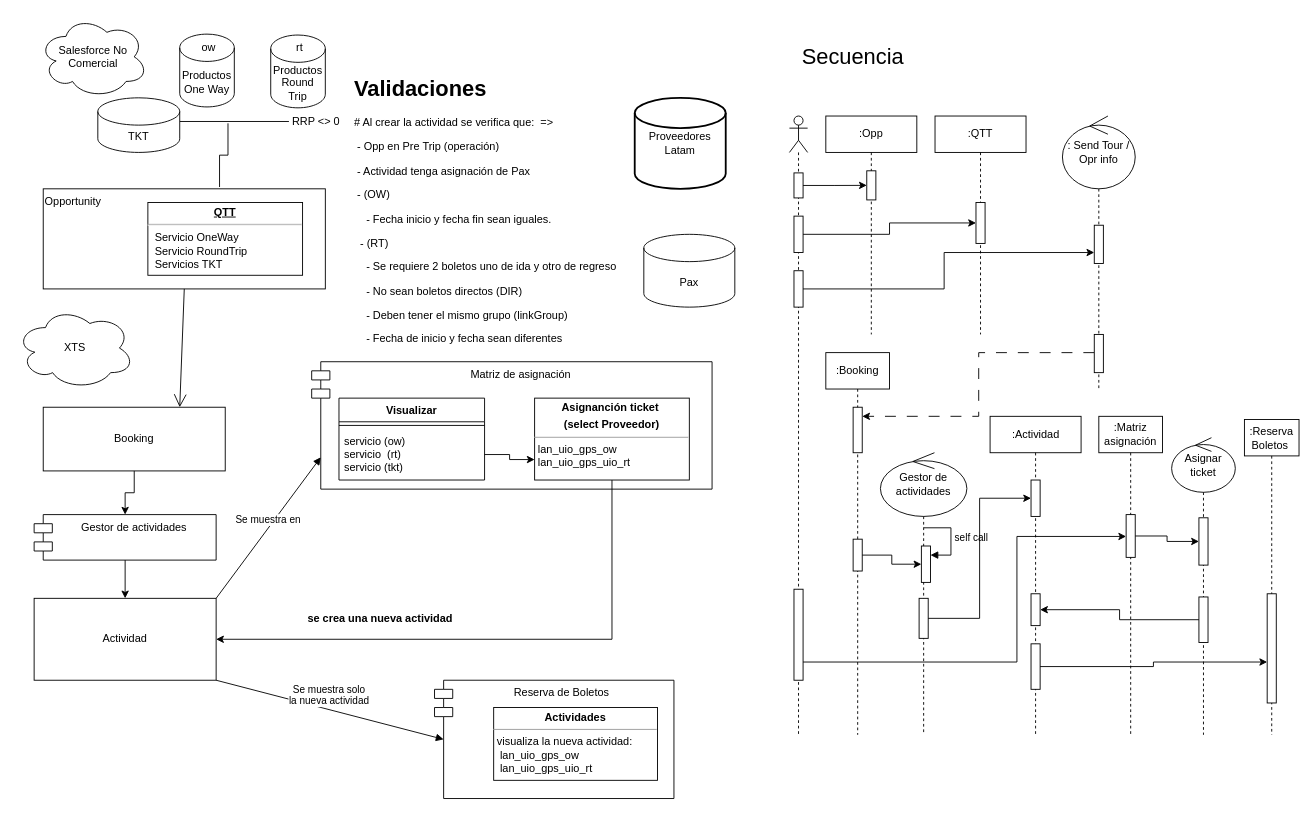
The draw.io diagram OneWay - RoundTrip.drawio in TecladoZurdo/UML, before the edit. Source tidied: cells renumbered, new cells numbered last; positions are measured from the earlier drawing's top-left corner, leaving out a move shared by most shapes. Both pictures are drawn from the tidied source at 91%, with x=0, y=0 at pixel (15, 15).
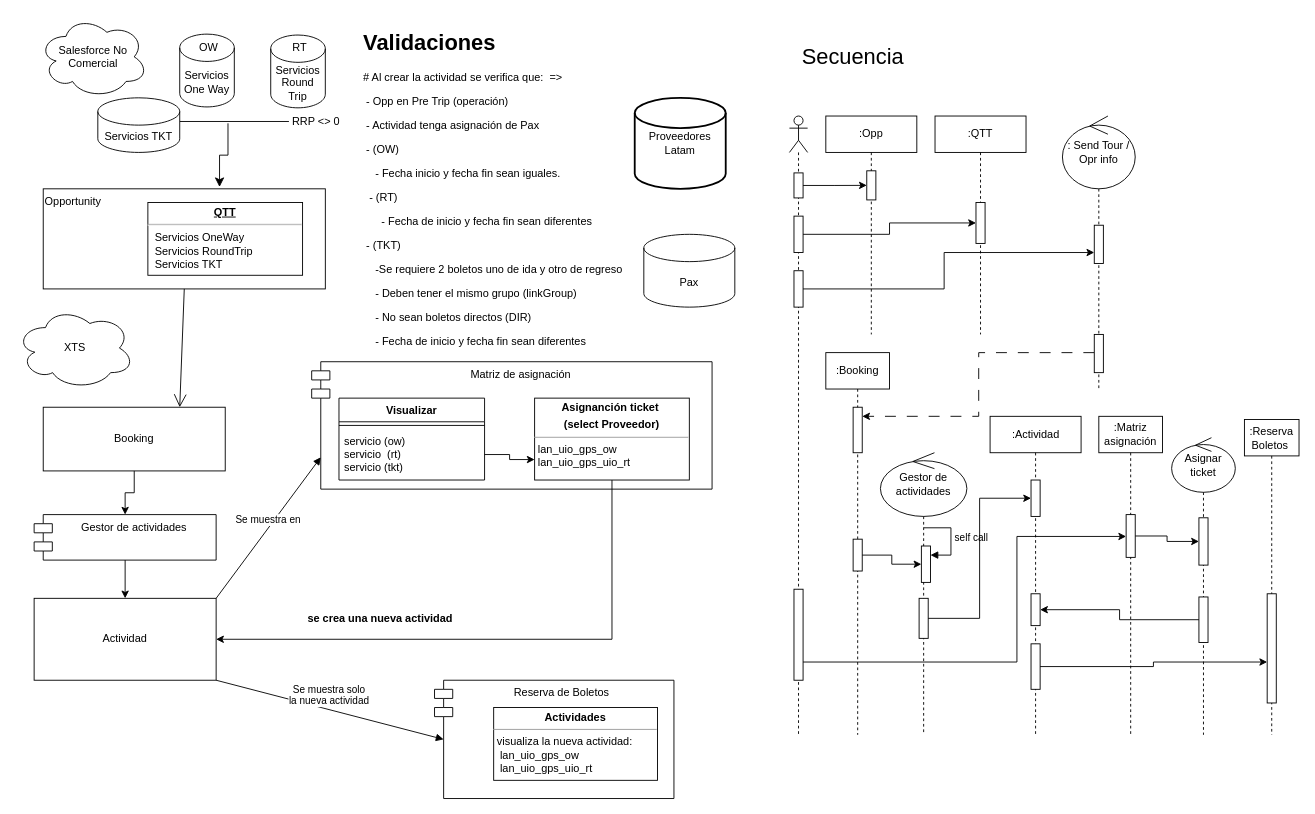
After the change.

The change refers to these unchanged cells:
```xml
<mxCell id="4" value="Opportunity" style="html=1;whiteSpace=wrap;verticalAlign=top;align=left;" parent="1" vertex="1">
  <mxGeometry x="30" y="190" width="310" height="110" as="geometry" />
</mxCell>
<mxCell id="15" style="line;strokeWidth=1;fillColor=none;align=left;verticalAlign=middle;spacingTop=-1;spacingLeft=3;spacingRight=3;labelPosition=right;points=[];portConstraint=eastwest;strokeColor=inherit;" parent="1" vertex="1">
  <mxGeometry x="180" y="112" width="120" height="8" as="geometry" />
</mxCell>
```

The edit, as a diff of the source:
```diff
@@
-    <mxCell id="2" value="Productos One Way" style="shape=cylinder3;whiteSpace=wrap;html=1;boundedLbl=1;backgroundOutline=1;size=15;" parent="1" vertex="1">
+    <mxCell id="2" value="Servicios One Way" style="shape=cylinder3;whiteSpace=wrap;html=1;boundedLbl=1;backgroundOutline=1;size=15;" parent="1" vertex="1">
       <mxGeometry x="180" y="20" width="60" height="80" as="geometry" />
     </mxCell>
-    <mxCell id="3" value="Productos Round Trip" style="shape=cylinder3;whiteSpace=wrap;html=1;boundedLbl=1;backgroundOutline=1;size=15;" parent="1" vertex="1">
+    <mxCell id="3" value="Servicios Round Trip" style="shape=cylinder3;whiteSpace=wrap;html=1;boundedLbl=1;backgroundOutline=1;size=15;" parent="1" vertex="1">
       <mxGeometry x="280" y="21" width="60" height="80" as="geometry" />
     </mxCell>
@@
-    <mxCell id="5" value="&lt;p style=&quot;margin:0px;margin-top:4px;text-align:center;text-decoration:underline;&quot;&gt;&lt;b&gt;QTT&lt;/b&gt;&lt;/p&gt;&lt;hr&gt;&lt;p style=&quot;margin:0px;margin-left:8px;&quot;&gt;Servicio OneWay&lt;/p&gt;&lt;p style=&quot;margin:0px;margin-left:8px;&quot;&gt;Servicio RoundTrip&lt;/p&gt;&lt;p style=&quot;margin:0px;margin-left:8px;&quot;&gt;Servicios TKT&lt;/p&gt;&lt;p style=&quot;margin:0px;margin-left:8px;&quot;&gt;&lt;br&gt;&lt;/p&gt;" style="verticalAlign=top;align=left;overflow=fill;fontSize=12;fontFamily=Helvetica;html=1;whiteSpace=wrap;" parent="1" vertex="1">
+    <mxCell id="5" value="&lt;p style=&quot;margin:0px;margin-top:4px;text-align:center;text-decoration:underline;&quot;&gt;&lt;b&gt;QTT&lt;/b&gt;&lt;/p&gt;&lt;hr&gt;&lt;p style=&quot;margin:0px;margin-left:8px;&quot;&gt;Servicios OneWay&lt;/p&gt;&lt;p style=&quot;margin:0px;margin-left:8px;&quot;&gt;Servicios RoundTrip&lt;/p&gt;&lt;p style=&quot;margin:0px;margin-left:8px;&quot;&gt;Servicios TKT&lt;/p&gt;&lt;p style=&quot;margin:0px;margin-left:8px;&quot;&gt;&lt;br&gt;&lt;/p&gt;" style="verticalAlign=top;align=left;overflow=fill;fontSize=12;fontFamily=Helvetica;html=1;whiteSpace=wrap;" parent="1" vertex="1">
       <mxGeometry x="145" y="205" width="170" height="80" as="geometry" />
     </mxCell>
@@
-    <mxCell id="16" style="edgeStyle=elbowEdgeStyle;elbow=vertical;endArrow=none;html=1;curved=0;rounded=0;endSize=8;startSize=8;endFill=0;entryX=0.442;entryY=0.75;entryDx=0;entryDy=0;entryPerimeter=0;exitX=0.625;exitY=-0.018;exitDx=0;exitDy=0;exitPerimeter=0;" parent="1" edge="1" source="4" target="15">
+    <mxCell id="16" style="edgeStyle=elbowEdgeStyle;elbow=vertical;endArrow=none;html=1;curved=0;rounded=0;endSize=8;startSize=8;endFill=0;entryX=0.442;entryY=0.75;entryDx=0;entryDy=0;entryPerimeter=0;exitX=0.625;exitY=-0.018;exitDx=0;exitDy=0;exitPerimeter=0;startArrow=classic;startFill=1;" parent="1" edge="1" source="4" target="15">
       <mxGeometry relative="1" as="geometry" />
     </mxCell>
@@
-    <mxCell id="28" value="&lt;p style=&quot;text-align: left; margin: 0px 0px 0px 4px;&quot;&gt;ow&lt;/p&gt;" style="text;html=1;strokeColor=none;fillColor=none;align=center;verticalAlign=middle;whiteSpace=wrap;rounded=0;" parent="1" vertex="1">
+    <mxCell id="28" value="&lt;p style=&quot;text-align: left; margin: 0px 0px 0px 4px;&quot;&gt;OW&lt;/p&gt;" style="text;html=1;strokeColor=none;fillColor=none;align=center;verticalAlign=middle;whiteSpace=wrap;rounded=0;" parent="1" vertex="1">
       <mxGeometry x="145" y="20" width="130" height="30" as="geometry" />
     </mxCell>
@@
-    <mxCell id="30" value="&lt;h1&gt;Validaciones&lt;/h1&gt;&lt;div&gt;# Al crear la actividad se verifica que:&amp;nbsp; =&amp;gt;&lt;/div&gt;&lt;p&gt;&amp;nbsp;- Opp en Pre Trip (operación)&lt;/p&gt;&lt;p&gt;&amp;nbsp;- Actividad tenga asignación de Pax&lt;/p&gt;&lt;p&gt;&amp;nbsp;- (OW)&lt;/p&gt;&lt;p&gt;&amp;nbsp; &amp;nbsp; - Fecha inicio y fecha fin sean iguales.&lt;/p&gt;&lt;p&gt;&amp;nbsp; - (RT)&lt;/p&gt;&lt;p&gt;&amp;nbsp; &amp;nbsp; - Se requiere 2 boletos uno de ida y otro de regreso&lt;/p&gt;&lt;p&gt;&amp;nbsp; &amp;nbsp; - No sean boletos directos (DIR)&lt;/p&gt;&lt;p&gt;&amp;nbsp; &amp;nbsp; - Deben tener el mismo grupo (linkGroup)&lt;/p&gt;&lt;p&gt;&amp;nbsp; &amp;nbsp; - Fecha de inicio y fecha sean diferentes&lt;/p&gt;" style="text;html=1;strokeColor=none;fillColor=none;spacing=5;spacingTop=-20;whiteSpace=wrap;overflow=hidden;rounded=0;" parent="1" vertex="1">
-      <mxGeometry x="366.9" y="60" width="403.1" height="305" as="geometry" />
+    <mxCell id="30" value="&lt;h1&gt;Validaciones&lt;/h1&gt;&lt;div&gt;# Al crear la actividad se verifica que:&amp;nbsp; =&amp;gt;&lt;/div&gt;&lt;p&gt;&amp;nbsp;- Opp en Pre Trip (operación)&lt;/p&gt;&lt;p&gt;&amp;nbsp;- Actividad tenga asignación de Pax&lt;/p&gt;&lt;p&gt;&amp;nbsp;- (OW)&lt;/p&gt;&lt;p&gt;&amp;nbsp; &amp;nbsp; - Fecha inicio y fecha fin sean iguales.&lt;/p&gt;&lt;p&gt;&amp;nbsp; - (RT)&lt;/p&gt;&lt;p&gt;&amp;nbsp; &amp;nbsp;&amp;nbsp;&lt;span style=&quot;background-color: initial;&quot;&gt;&amp;nbsp; &lt;/span&gt;&lt;span style=&quot;background-color: initial;&quot;&gt;- Fecha de inicio y fecha fin sean diferentes&lt;/span&gt;&lt;/p&gt;&lt;p&gt;&amp;nbsp;- (TKT)&lt;/p&gt;&lt;p&gt;&amp;nbsp; &amp;nbsp; -Se requiere 2 boletos uno de ida y otro de regreso&lt;/p&gt;&lt;p&gt;&amp;nbsp; &amp;nbsp;&amp;nbsp;- Deben tener el mismo grupo (linkGroup)&lt;/p&gt;&lt;p&gt;&amp;nbsp; &amp;nbsp;&amp;nbsp;- No sean boletos directos (DIR)&lt;/p&gt;&amp;nbsp; &amp;nbsp; - Fecha de inicio y fecha fin sean diferentes&lt;div&gt;&lt;span style=&quot;background-color: initial;&quot;&gt;&lt;span style=&quot;&quot;&gt;&lt;span style=&quot;white-space: pre;&quot;&gt;&amp;nbsp;&amp;nbsp;&amp;nbsp;&amp;nbsp;&lt;/span&gt;&lt;/span&gt;&lt;br&gt;&lt;/span&gt;&lt;/div&gt;&lt;p&gt;&amp;nbsp; &amp;nbsp;&amp;nbsp;&lt;/p&gt;" style="text;html=1;strokeColor=none;fillColor=none;spacing=5;spacingTop=-20;whiteSpace=wrap;overflow=hidden;rounded=0;" parent="1" vertex="1">
+      <mxGeometry x="376.9" y="10" width="403.1" height="360" as="geometry" />
     </mxCell>
-    <mxCell id="31" value="&lt;p style=&quot;text-align: left; margin: 0px 0px 0px 4px;&quot;&gt;rt&lt;/p&gt;" style="text;html=1;strokeColor=none;fillColor=none;align=center;verticalAlign=middle;whiteSpace=wrap;rounded=0;" parent="1" vertex="1">
+    <mxCell id="31" value="&lt;p style=&quot;text-align: left; margin: 0px 0px 0px 4px;&quot;&gt;RT&lt;/p&gt;" style="text;html=1;strokeColor=none;fillColor=none;align=center;verticalAlign=middle;whiteSpace=wrap;rounded=0;" parent="1" vertex="1">
       <mxGeometry x="245" y="20" width="130" height="30" as="geometry" />
     </mxCell>
-    <mxCell id="32" value="TKT" style="shape=cylinder3;whiteSpace=wrap;html=1;boundedLbl=1;backgroundOutline=1;size=15;" parent="1" vertex="1">
+    <mxCell id="32" value="Servicios TKT" style="shape=cylinder3;whiteSpace=wrap;html=1;boundedLbl=1;backgroundOutline=1;size=15;" parent="1" vertex="1">
       <mxGeometry x="90" y="90" width="90" height="60" as="geometry" />
     </mxCell>
```
